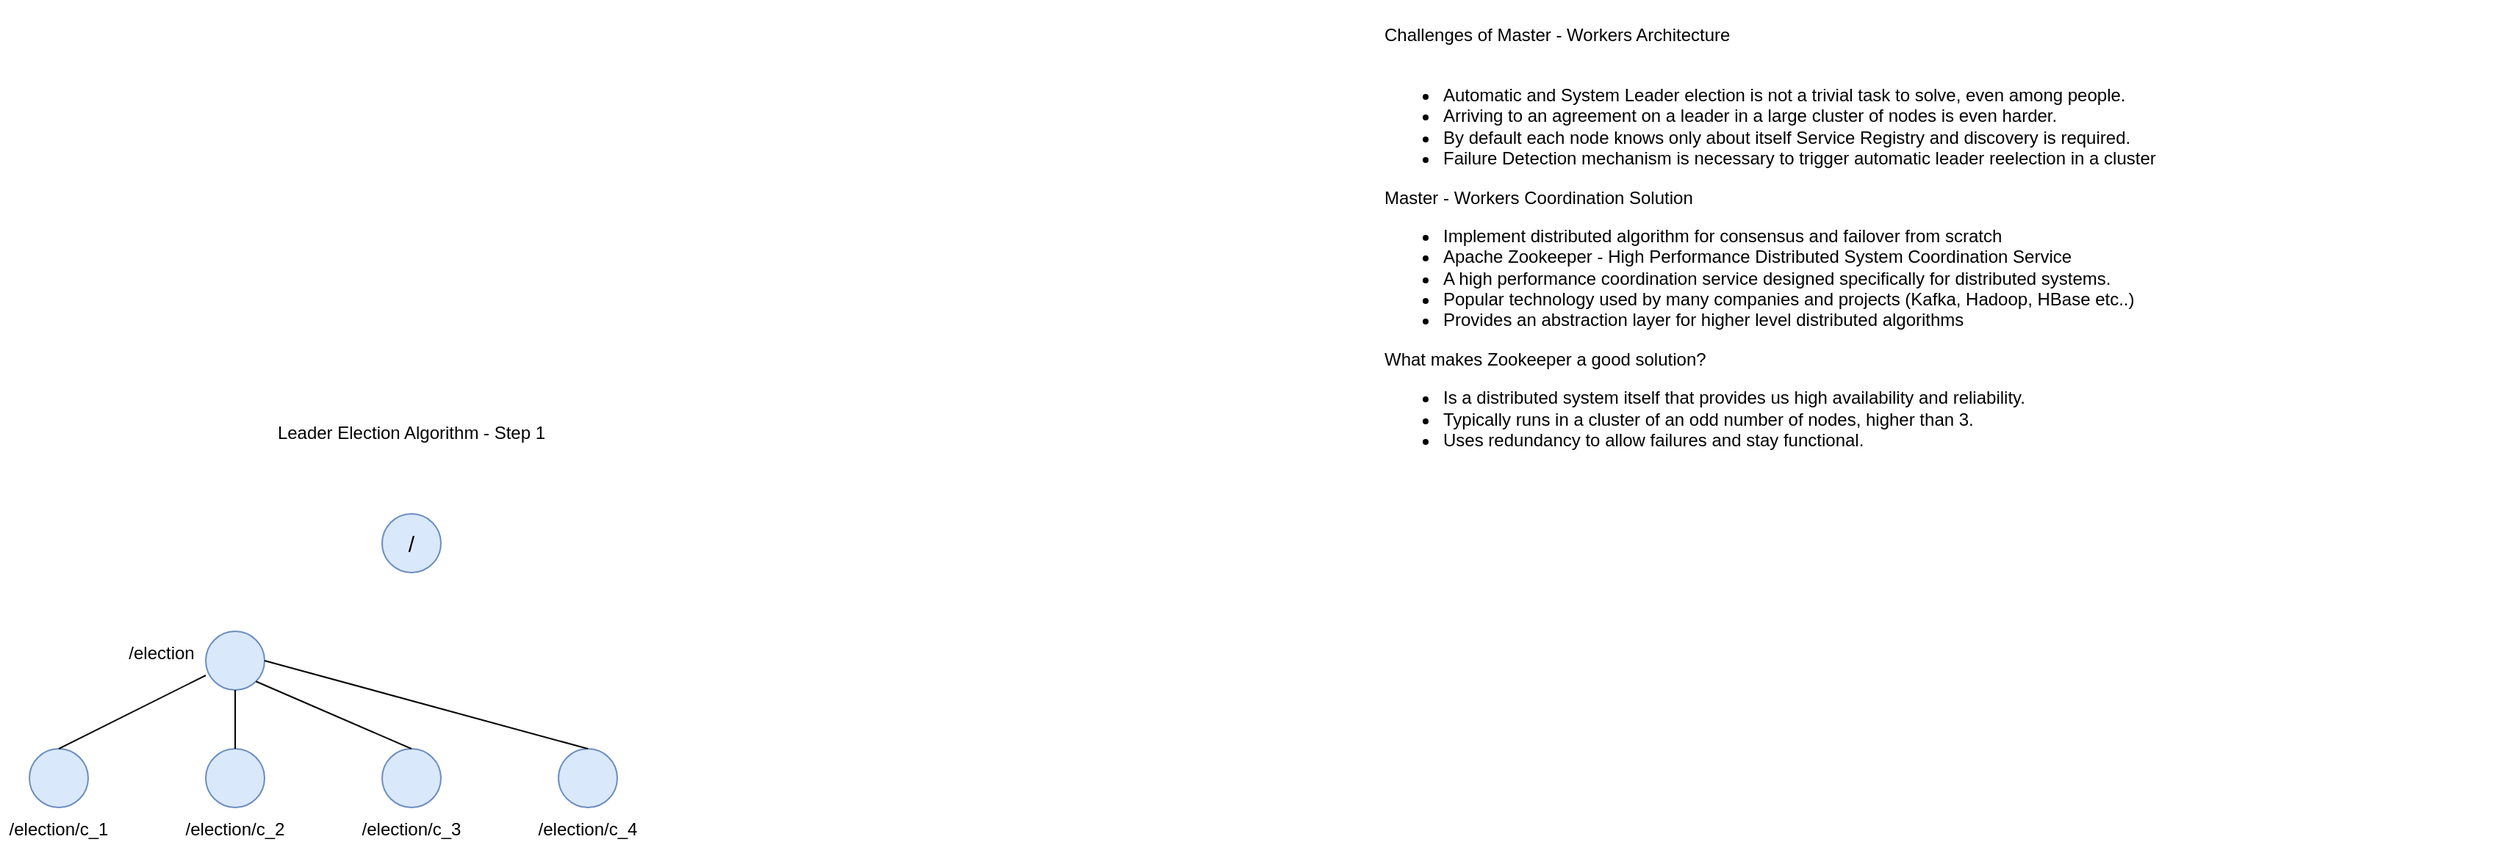
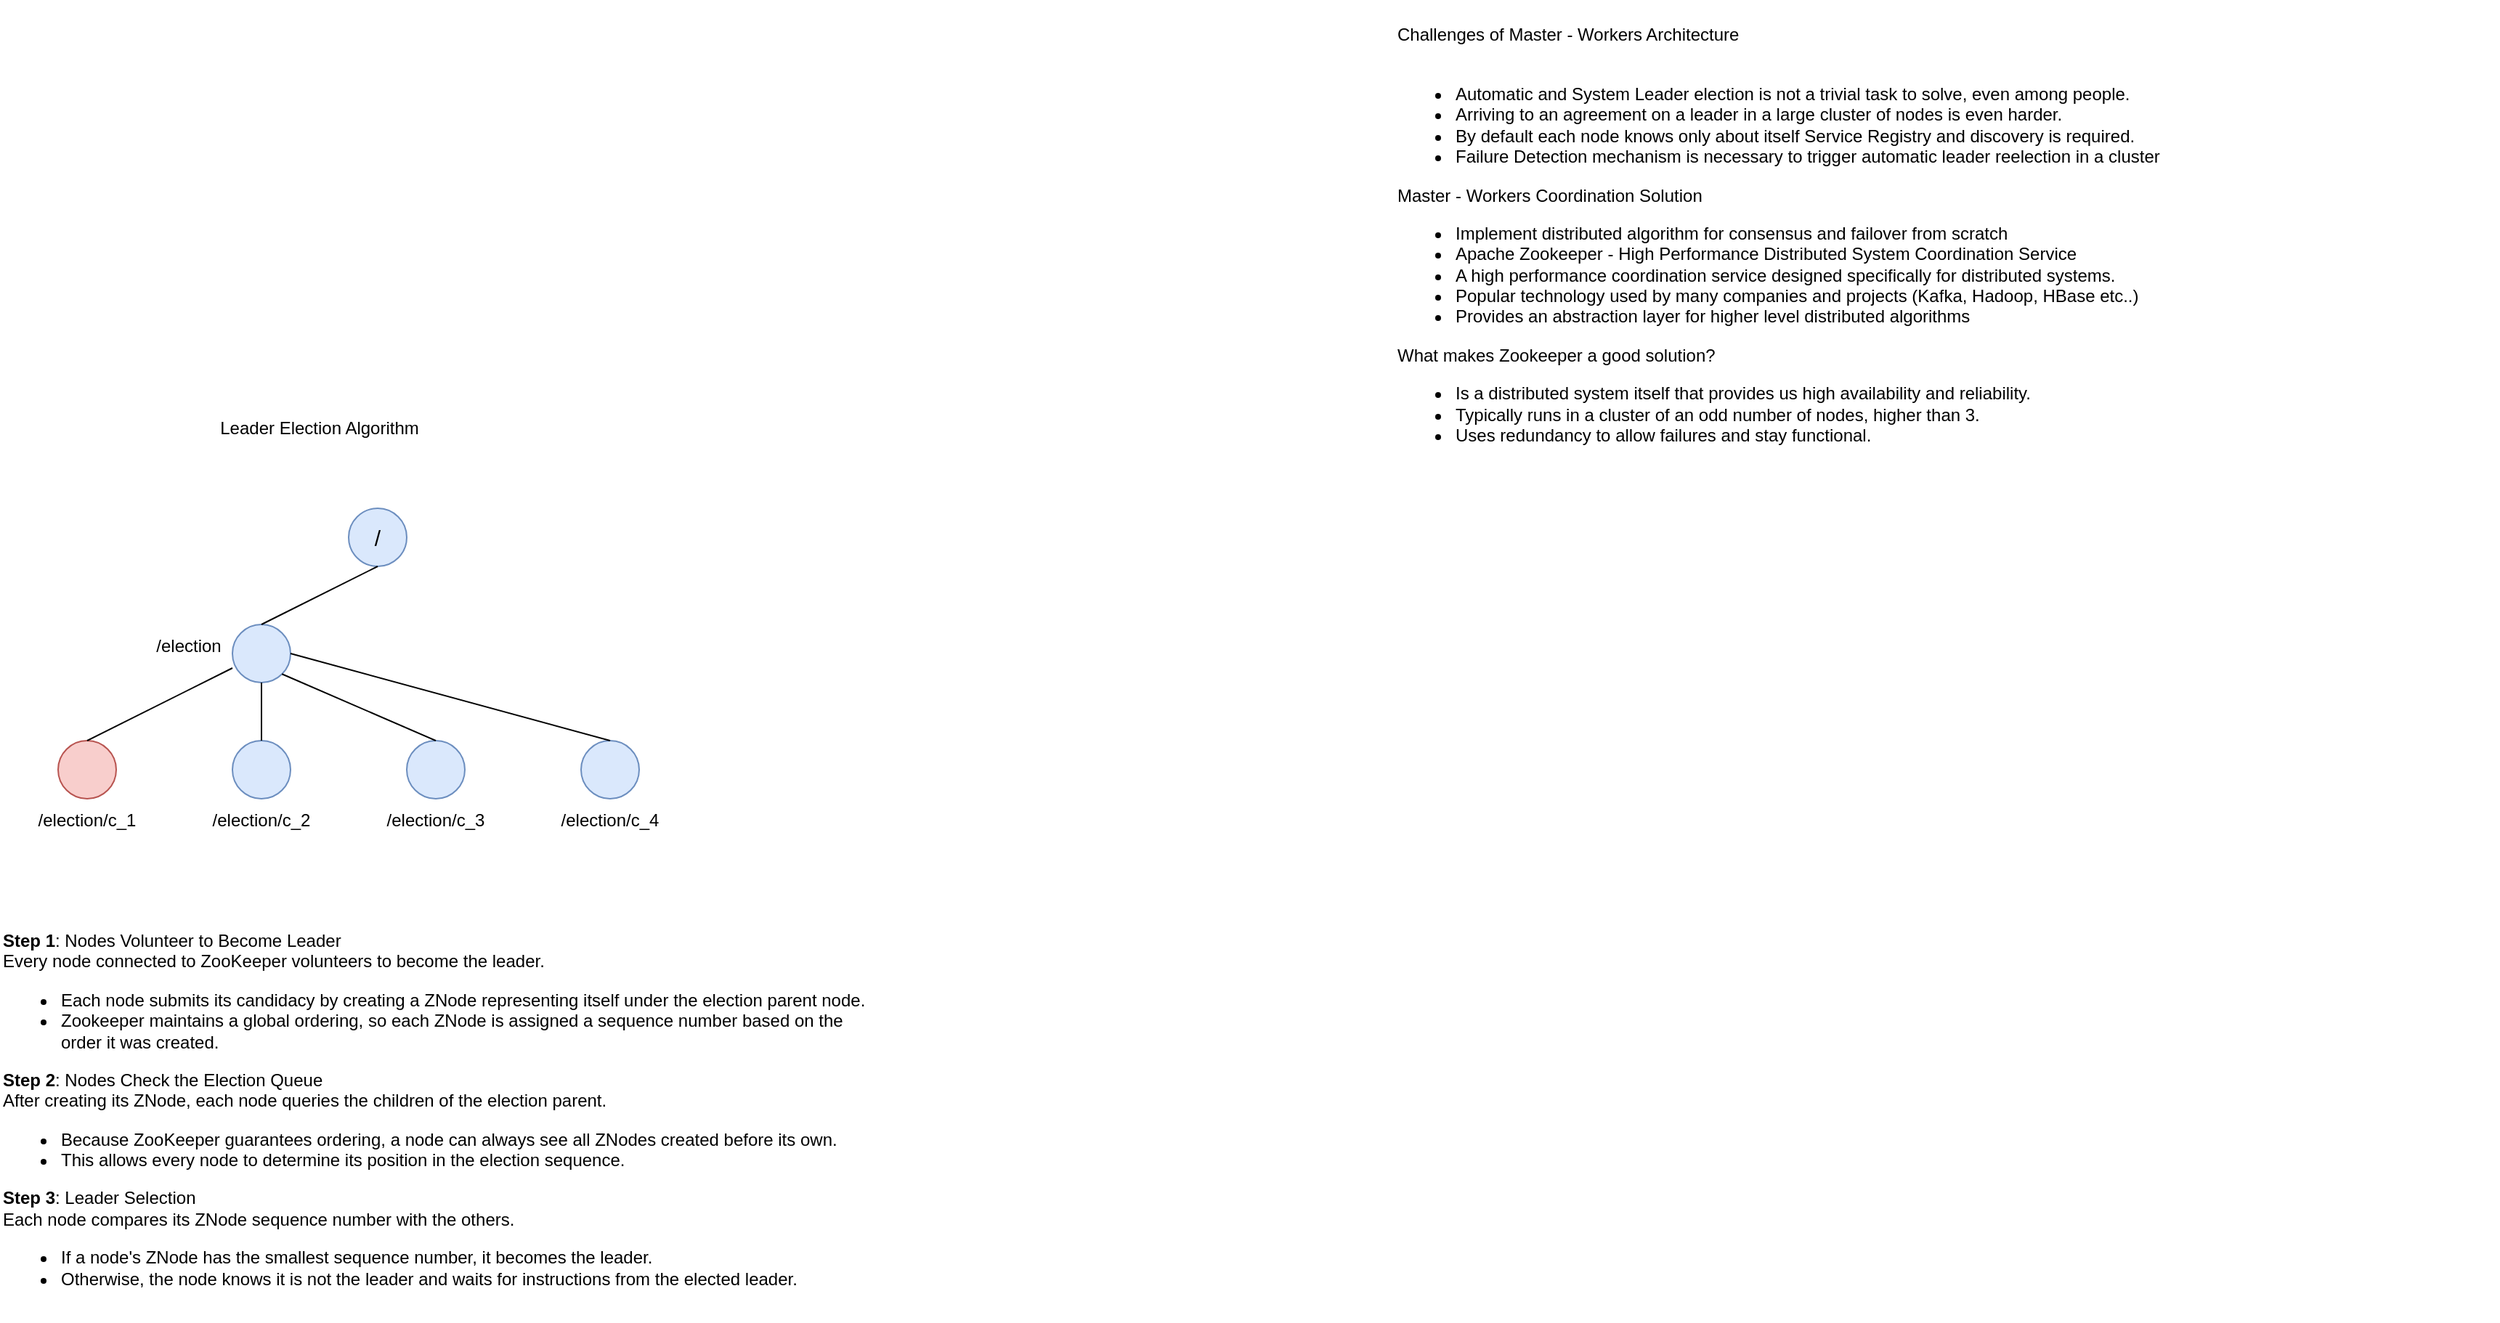
<mxfile host="app.diagrams.net">
  <diagram name="Page-1" id="tO2NQB0IofIboXUTSpVf">
    <mxGraphModel dx="3541" dy="700" grid="1" gridSize="10" guides="1" tooltips="1" connect="1" arrows="1" fold="1" page="1" pageScale="1" pageWidth="850" pageHeight="1100" math="0" shadow="0">
      <root>
        <mxCell id="0" />
        <mxCell id="1" parent="0" />
        <mxCell id="MGsdMgP7l0InPqgAwvWF-1" parent="1" style="text;html=1;whiteSpace=wrap;strokeColor=none;fillColor=none;align=left;verticalAlign=middle;rounded=0;" value="&lt;div&gt;Challenges of Master - Workers Architecture&lt;/div&gt;&lt;div&gt;&lt;br&gt;&lt;/div&gt;&lt;div&gt;&lt;ul&gt;&lt;li&gt;Automatic and System Leader election is not a trivial task to solve, even among people.&lt;/li&gt;&lt;li&gt;Arriving to an agreement on a leader in a large cluster of nodes is even harder.&lt;/li&gt;&lt;li&gt;By default each node knows only about itself Service Registry and discovery is required.&lt;/li&gt;&lt;li&gt;Failure Detection mechanism is necessary to trigger automatic leader reelection in a cluster&lt;/li&gt;&lt;/ul&gt;&lt;div&gt;Master - Workers Coordination Solution&lt;/div&gt;&lt;div&gt;&lt;ul&gt;&lt;li&gt;Implement distributed algorithm for consensus and failover from scratch&lt;/li&gt;&lt;li&gt;Apache Zookeeper - High Performance Distributed System Coordination Service&amp;nbsp;&lt;/li&gt;&lt;li&gt;A high performance coordination service designed specifically for distributed systems.&lt;/li&gt;&lt;li&gt;Popular technology used by many companies and projects (Kafka, Hadoop, HBase etc..)&lt;/li&gt;&lt;li&gt;Provides an abstraction layer for higher level distributed algorithms&lt;/li&gt;&lt;/ul&gt;&lt;div&gt;What makes Zookeeper a good solution?&lt;/div&gt;&lt;div&gt;&lt;ul&gt;&lt;li&gt;Is a distributed system itself that provides us high availability and reliability.&lt;/li&gt;&lt;li&gt;Typically runs in a cluster of an odd number of nodes, higher than 3.&lt;/li&gt;&lt;li&gt;Uses redundancy to allow failures and stay functional.&lt;/li&gt;&lt;/ul&gt;&lt;/div&gt;&lt;/div&gt;&lt;/div&gt;&lt;div&gt;&lt;br&gt;&lt;/div&gt;" vertex="1">
          <mxGeometry height="350" width="760" x="40" y="50" as="geometry" />
        </mxCell>
        <mxCell id="MGsdMgP7l0InPqgAwvWF-2" parent="1" style="ellipse;whiteSpace=wrap;html=1;fillColor=#dae8fc;strokeColor=#6c8ebf;fontSize=15;" value="/" vertex="1">
-           <mxGeometry height="40" width="40" x="-640" y="400" as="geometry" />
+           <mxGeometry height="40" width="40" x="-680" y="400" as="geometry" />
        </mxCell>
-         <mxCell id="MGsdMgP7l0InPqgAwvWF-3" parent="1" style="text;html=1;whiteSpace=wrap;strokeColor=none;fillColor=none;align=center;verticalAlign=middle;rounded=0;" value="Leader Election Algorithm - Step 1" vertex="1">
-           <mxGeometry height="30" width="360" x="-800" y="330" as="geometry" />
+         <mxCell id="MGsdMgP7l0InPqgAwvWF-3" parent="1" style="text;html=1;whiteSpace=wrap;strokeColor=none;fillColor=none;align=center;verticalAlign=middle;rounded=0;" value="Leader Election Algorithm" vertex="1">
+           <mxGeometry height="30" width="360" x="-880" y="330" as="geometry" />
        </mxCell>
        <mxCell id="MGsdMgP7l0InPqgAwvWF-5" parent="1" style="ellipse;whiteSpace=wrap;html=1;fillColor=#dae8fc;strokeColor=#6c8ebf;" value="" vertex="1">
          <mxGeometry height="40" width="40" x="-760" y="480" as="geometry" />
        </mxCell>
        <mxCell id="MGsdMgP7l0InPqgAwvWF-8" parent="1" style="text;html=1;whiteSpace=wrap;strokeColor=none;fillColor=none;align=center;verticalAlign=middle;rounded=0;" value="/election" vertex="1">
          <mxGeometry height="30" width="60" x="-820" y="480" as="geometry" />
        </mxCell>
-         <mxCell id="MGsdMgP7l0InPqgAwvWF-9" parent="1" style="ellipse;whiteSpace=wrap;html=1;fillColor=#dae8fc;strokeColor=#6c8ebf;" value="" vertex="1">
+         <mxCell id="MGsdMgP7l0InPqgAwvWF-9" parent="1" style="ellipse;whiteSpace=wrap;html=1;fillColor=#f8cecc;strokeColor=#b85450;" value="" vertex="1">
          <mxGeometry height="40" width="40" x="-880" y="560" as="geometry" />
        </mxCell>
        <mxCell id="MGsdMgP7l0InPqgAwvWF-10" parent="1" style="ellipse;whiteSpace=wrap;html=1;fillColor=#dae8fc;strokeColor=#6c8ebf;" value="" vertex="1">
          <mxGeometry height="40" width="40" x="-760" y="560" as="geometry" />
        </mxCell>
        <mxCell id="MGsdMgP7l0InPqgAwvWF-11" parent="1" style="ellipse;whiteSpace=wrap;html=1;fillColor=#dae8fc;strokeColor=#6c8ebf;" value="" vertex="1">
          <mxGeometry height="40" width="40" x="-640" y="560" as="geometry" />
        </mxCell>
        <mxCell id="MGsdMgP7l0InPqgAwvWF-12" parent="1" style="ellipse;whiteSpace=wrap;html=1;fillColor=#dae8fc;strokeColor=#6c8ebf;" value="" vertex="1">
          <mxGeometry height="40" width="40" x="-520" y="560" as="geometry" />
        </mxCell>
        <mxCell id="MGsdMgP7l0InPqgAwvWF-13" edge="1" parent="1" source="MGsdMgP7l0InPqgAwvWF-9" style="endArrow=none;html=1;rounded=0;exitX=0.5;exitY=0;exitDx=0;exitDy=0;" value="">
          <mxGeometry height="50" relative="1" width="50" as="geometry">
            <mxPoint x="-810" y="560" as="sourcePoint" />
            <mxPoint x="-760" y="510" as="targetPoint" />
          </mxGeometry>
        </mxCell>
        <mxCell id="MGsdMgP7l0InPqgAwvWF-14" edge="1" parent="1" source="MGsdMgP7l0InPqgAwvWF-10" style="endArrow=none;html=1;rounded=0;exitX=0.5;exitY=0;exitDx=0;exitDy=0;entryX=0.5;entryY=1;entryDx=0;entryDy=0;" target="MGsdMgP7l0InPqgAwvWF-5" value="">
          <mxGeometry height="50" relative="1" width="50" as="geometry">
            <mxPoint x="-790" y="570" as="sourcePoint" />
            <mxPoint x="-740" y="520" as="targetPoint" />
          </mxGeometry>
        </mxCell>
        <mxCell id="MGsdMgP7l0InPqgAwvWF-15" edge="1" parent="1" source="MGsdMgP7l0InPqgAwvWF-11" style="endArrow=none;html=1;rounded=0;entryX=1;entryY=1;entryDx=0;entryDy=0;exitX=0.5;exitY=0;exitDx=0;exitDy=0;" target="MGsdMgP7l0InPqgAwvWF-5" value="">
          <mxGeometry height="50" relative="1" width="50" as="geometry">
            <mxPoint x="-700" y="560" as="sourcePoint" />
            <mxPoint x="-650" y="510" as="targetPoint" />
          </mxGeometry>
        </mxCell>
        <mxCell id="MGsdMgP7l0InPqgAwvWF-16" edge="1" parent="1" source="MGsdMgP7l0InPqgAwvWF-12" style="endArrow=none;html=1;rounded=0;entryX=1;entryY=0.5;entryDx=0;entryDy=0;exitX=0.5;exitY=0;exitDx=0;exitDy=0;" target="MGsdMgP7l0InPqgAwvWF-5" value="">
          <mxGeometry height="50" relative="1" width="50" as="geometry">
            <mxPoint x="-610" y="560" as="sourcePoint" />
            <mxPoint x="-560" y="510" as="targetPoint" />
          </mxGeometry>
        </mxCell>
        <mxCell id="MGsdMgP7l0InPqgAwvWF-17" parent="1" style="text;html=1;whiteSpace=wrap;strokeColor=none;fillColor=none;align=center;verticalAlign=middle;rounded=0;" value="/election/c_1" vertex="1">
          <mxGeometry height="30" width="80" x="-900" y="600" as="geometry" />
        </mxCell>
        <mxCell id="MGsdMgP7l0InPqgAwvWF-18" parent="1" style="text;html=1;whiteSpace=wrap;strokeColor=none;fillColor=none;align=center;verticalAlign=middle;rounded=0;" value="/election/c_2" vertex="1">
          <mxGeometry height="30" width="80" x="-780" y="600" as="geometry" />
        </mxCell>
        <mxCell id="MGsdMgP7l0InPqgAwvWF-19" parent="1" style="text;html=1;whiteSpace=wrap;strokeColor=none;fillColor=none;align=center;verticalAlign=middle;rounded=0;" value="/election/c_3" vertex="1">
          <mxGeometry height="30" width="80" x="-660" y="600" as="geometry" />
        </mxCell>
        <mxCell id="MGsdMgP7l0InPqgAwvWF-20" parent="1" style="text;html=1;whiteSpace=wrap;strokeColor=none;fillColor=none;align=center;verticalAlign=middle;rounded=0;" value="/election/c_4" vertex="1">
          <mxGeometry height="30" width="80" x="-540" y="600" as="geometry" />
        </mxCell>
+         <mxCell id="MGsdMgP7l0InPqgAwvWF-21" parent="1" style="text;html=1;whiteSpace=wrap;strokeColor=none;fillColor=none;align=left;verticalAlign=middle;rounded=0;" value="&lt;div&gt;&lt;b&gt;Step 1&lt;/b&gt;: Nodes Volunteer to Become Leader&amp;nbsp;&lt;/div&gt;&lt;div&gt;Every node connected to ZooKeeper volunteers to become the leader.&lt;/div&gt;&lt;div&gt;&lt;ul&gt;&lt;li&gt;Each node submits its candidacy by creating a ZNode representing itself under the election parent node.&lt;/li&gt;&lt;li&gt;Zookeeper maintains a global ordering, so each ZNode is assigned a sequence number based on the order it was created.&lt;/li&gt;&lt;/ul&gt;&lt;div&gt;&lt;b&gt;Step 2&lt;/b&gt;: Nodes Check the Election Queue&lt;/div&gt;&lt;div&gt;After creating its ZNode, each node queries the children of the election parent.&lt;/div&gt;&lt;div&gt;&lt;ul&gt;&lt;li&gt;Because ZooKeeper guarantees ordering, a node can always see all ZNodes created before its own.&lt;/li&gt;&lt;li&gt;This allows every node to determine its position in the election sequence.&lt;/li&gt;&lt;/ul&gt;&lt;div&gt;&lt;b&gt;Step 3&lt;/b&gt;: Leader Selection&lt;/div&gt;&lt;div&gt;Each node compares its ZNode sequence number with the others.&lt;/div&gt;&lt;div&gt;&lt;ul&gt;&lt;li&gt;If a node&#39;s ZNode has the smallest sequence number, it becomes the leader.&lt;/li&gt;&lt;li&gt;Otherwise, the node knows it is not the leader and waits for instructions from the elected leader.&lt;/li&gt;&lt;/ul&gt;&lt;/div&gt;&lt;/div&gt;&lt;/div&gt;" vertex="1">
+           <mxGeometry height="280" width="600" x="-920" y="680" as="geometry" />
+         </mxCell>
+         <mxCell id="MGsdMgP7l0InPqgAwvWF-22" edge="1" parent="1" source="MGsdMgP7l0InPqgAwvWF-5" style="endArrow=none;html=1;rounded=0;exitX=0.5;exitY=0;exitDx=0;exitDy=0;" value="">
+           <mxGeometry height="50" relative="1" width="50" as="geometry">
+             <mxPoint x="-710" y="490" as="sourcePoint" />
+             <mxPoint x="-660" y="440" as="targetPoint" />
+           </mxGeometry>
+         </mxCell>
      </root>
    </mxGraphModel>
  </diagram>
</mxfile>
